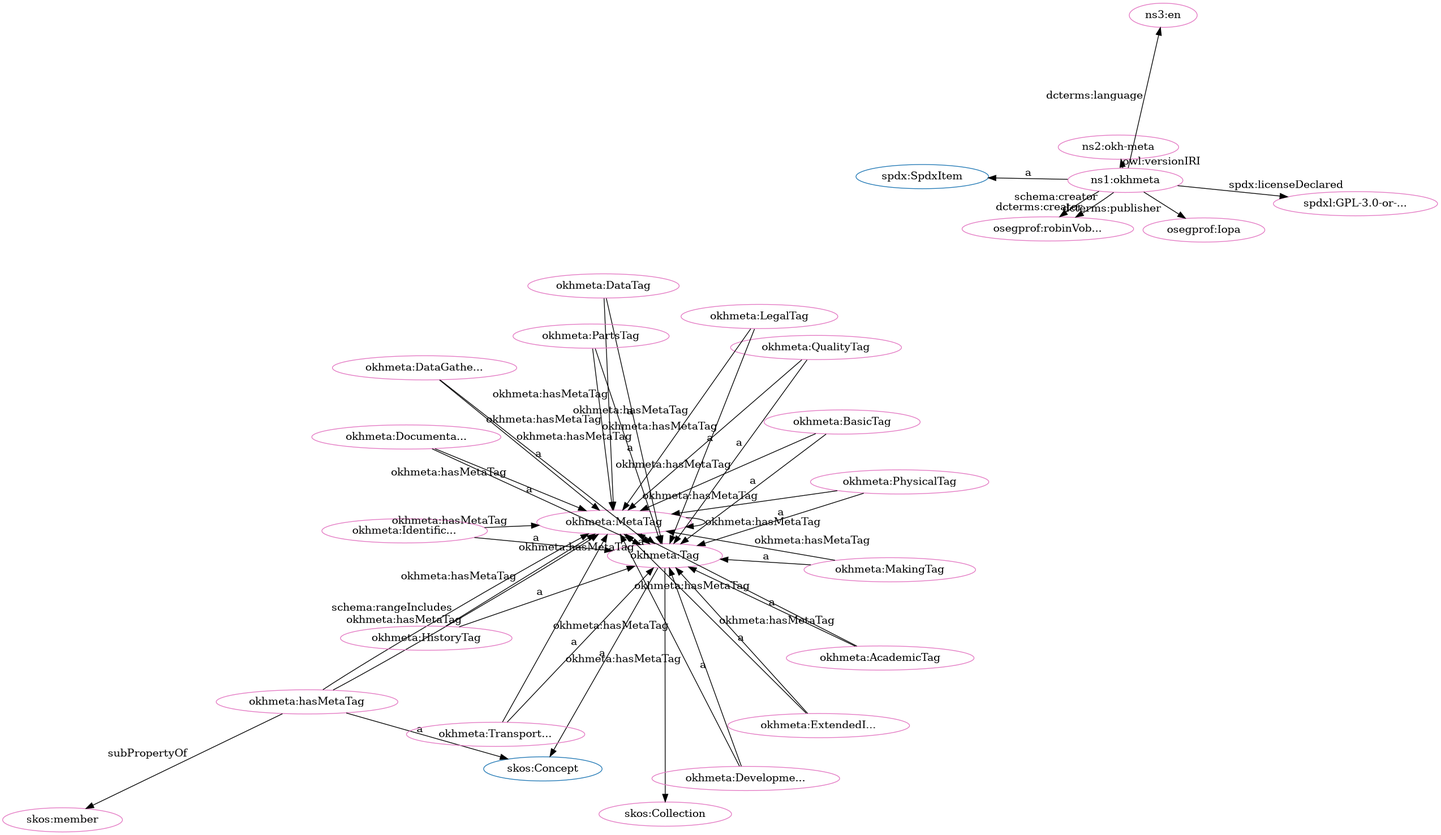
iop-alliance/OpenKnowHow keeps this Graphviz diagram as src/spec/dot_okh-meta-clean.png. Above is the earlier version. Its source is kept beside it as src/spec/dot_okh-meta-clean.dot.
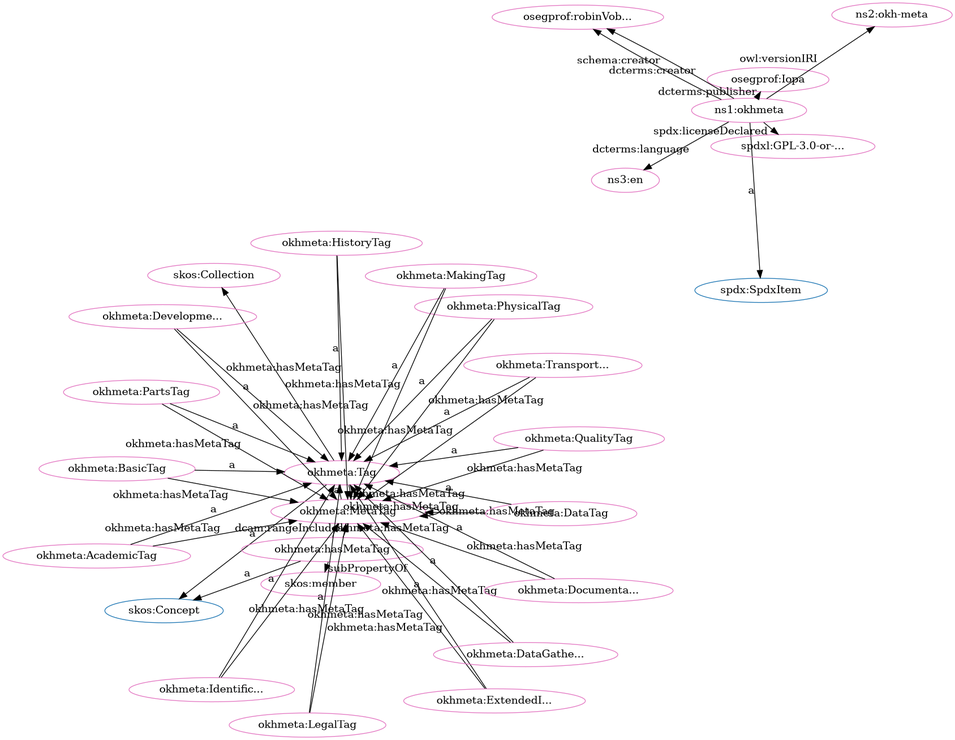
Later version of the same file.

Change to the diagram source:
```diff
@@ -1,81 +1,80 @@
 digraph G {
   rankdir=BT
   node[height=.3]
-"http://spdx.org/rdf/terms#SpdxItem" [fillcolor="#1f77b4" color="#1f77b4" label="spdx:SpdxItem"]
 "http://www.w3.org/2004/02/skos/core#Collection" [fillcolor="#1f77b4" color="#1f77b4" label="skos:Collection"]
 "http://w3id.org/oseg/ont/okhmeta#Tag" [fillcolor="#1f77b4" color="#1f77b4" label="okhmeta:Tag"]
 "http://www.w3.org/2004/02/skos/core#Concept" [fillcolor="#1f77b4" color="#1f77b4" label="skos:Concept"]
-"http://w3id.org/oseg/ont/okhmeta#MetaTag" [fillcolor="#1f77b4" color="#1f77b4" label="okhmeta:MetaTag"]
+"http://spdx.org/rdf/terms#SpdxItem" [fillcolor="#1f77b4" color="#1f77b4" label="spdx:SpdxItem"]
+"http://w3id.org/oseg/ont/okhmeta" [fillcolor="#e377c2" color="#e377c2" label="ns1:okhmeta"]
 "http://w3id.org/oseg/ont/okhmeta#MetaTag" [fillcolor="#e377c2" color="#e377c2" label="okhmeta:MetaTag"]
-"http://w3id.org/oseg/ont/oseg-profiles#Iopa" [fillcolor="#e377c2" color="#e377c2" label="osegprof:Iopa"]
-"http://w3id.org/oseg/ont/okhmeta" [fillcolor="#e377c2" color="#e377c2" label="ns1:okhmeta"]
-"http://w3id.org/oseg/ont/okhmeta#DataGatheringTag" [fillcolor="#e377c2" color="#e377c2" label="okhmeta:DataGathe..."]
-"http://w3id.org/oseg/ont/okhmeta#QualityTag" [fillcolor="#e377c2" color="#e377c2" label="okhmeta:QualityTag"]
-"http://w3id.org/oseg/ont/okhmeta#DevelopmentTag" [fillcolor="#e377c2" color="#e377c2" label="okhmeta:Developme..."]
+"http://w3id.org/oseg/ont/okhmeta#PartsTag" [fillcolor="#e377c2" color="#e377c2" label="okhmeta:PartsTag"]
+"http://www.w3.org/2004/02/skos/core#member" [fillcolor="#e377c2" color="#e377c2" label="skos:member"]
+"http://w3id.org/oseg/ont/okhmeta#AcademicTag" [fillcolor="#e377c2" color="#e377c2" label="okhmeta:AcademicTag"]
+"http://www.w3.org/2004/02/skos/core#Collection" [fillcolor="#e377c2" color="#e377c2" label="skos:Collection"]
 "http://w3id.org/oseg/ont/okhmeta#hasMetaTag" [fillcolor="#e377c2" color="#e377c2" label="okhmeta:hasMetaTag"]
-"http://w3id.org/oseg/ont/okhmeta#TransportationTag" [fillcolor="#e377c2" color="#e377c2" label="okhmeta:Transport..."]
-"http://w3id.org/oseg/ont/1.1.0/okh-meta" [fillcolor="#e377c2" color="#e377c2" label="ns2:okh-meta"]
 "http://spdx.org/licenses/GPL-3.0-or-later" [fillcolor="#e377c2" color="#e377c2" label="spdxl:GPL-3.0-or-..."]
 "http://w3id.org/oseg/ont/okhmeta#ExtendedInfoTag" [fillcolor="#e377c2" color="#e377c2" label="okhmeta:ExtendedI..."]
+"http://w3id.org/oseg/ont/okhmeta#DataGatheringTag" [fillcolor="#e377c2" color="#e377c2" label="okhmeta:DataGathe..."]
+"http://w3id.org/oseg/ont/okhmeta#IdentificationTag" [fillcolor="#e377c2" color="#e377c2" label="okhmeta:Identific..."]
+"http://w3id.org/oseg/ont/okhmeta#DevelopmentTag" [fillcolor="#e377c2" color="#e377c2" label="okhmeta:Developme..."]
+"http://w3id.org/oseg/ont/oseg-profiles#Iopa" [fillcolor="#e377c2" color="#e377c2" label="osegprof:Iopa"]
+"http://w3id.org/oseg/ont/okhmeta#DataTag" [fillcolor="#e377c2" color="#e377c2" label="okhmeta:DataTag"]
+"http://w3id.org/oseg/ont/okhmeta#QualityTag" [fillcolor="#e377c2" color="#e377c2" label="okhmeta:QualityTag"]
+"http://w3id.org/oseg/ont/1.1.0/okh-meta" [fillcolor="#e377c2" color="#e377c2" label="ns2:okh-meta"]
+"http://w3id.org/oseg/ont/oseg-profiles#robinVobruba" [fillcolor="#e377c2" color="#e377c2" label="osegprof:robinVob..."]
 "http://w3id.org/oseg/ont/okhmeta#Tag" [fillcolor="#e377c2" color="#e377c2" label="okhmeta:Tag"]
+"http://w3id.org/oseg/ont/okhmeta#PhysicalTag" [fillcolor="#e377c2" color="#e377c2" label="okhmeta:PhysicalTag"]
+"http://w3id.org/oseg/ont/okhmeta#MakingTag" [fillcolor="#e377c2" color="#e377c2" label="okhmeta:MakingTag"]
+"http://w3id.org/oseg/ont/okhmeta#DocumentationTag" [fillcolor="#e377c2" color="#e377c2" label="okhmeta:Documenta..."]
+"http://w3id.org/oseg/ont/okhmeta#HistoryTag" [fillcolor="#e377c2" color="#e377c2" label="okhmeta:HistoryTag"]
+"http://w3id.org/oseg/ont/okhmeta#LegalTag" [fillcolor="#e377c2" color="#e377c2" label="okhmeta:LegalTag"]
+"http://w3id.org/oseg/ont/okhmeta#TransportationTag" [fillcolor="#e377c2" color="#e377c2" label="okhmeta:Transport..."]
+"http://w3id.org/oseg/ont/okhmeta#BasicTag" [fillcolor="#e377c2" color="#e377c2" label="okhmeta:BasicTag"]
 "http://id.loc.gov/vocabulary/iso639-1/en" [fillcolor="#e377c2" color="#e377c2" label="ns3:en"]
-"http://w3id.org/oseg/ont/oseg-profiles#robinVobruba" [fillcolor="#e377c2" color="#e377c2" label="osegprof:robinVob..."]
-"http://w3id.org/oseg/ont/okhmeta#DocumentationTag" [fillcolor="#e377c2" color="#e377c2" label="okhmeta:Documenta..."]
-"http://www.w3.org/2004/02/skos/core#member" [fillcolor="#e377c2" color="#e377c2" label="skos:member"]
-"http://w3id.org/oseg/ont/okhmeta#DataTag" [fillcolor="#e377c2" color="#e377c2" label="okhmeta:DataTag"]
-"http://w3id.org/oseg/ont/okhmeta#PhysicalTag" [fillcolor="#e377c2" color="#e377c2" label="okhmeta:PhysicalTag"]
-"http://w3id.org/oseg/ont/okhmeta#BasicTag" [fillcolor="#e377c2" color="#e377c2" label="okhmeta:BasicTag"]
-"http://w3id.org/oseg/ont/okhmeta#AcademicTag" [fillcolor="#e377c2" color="#e377c2" label="okhmeta:AcademicTag"]
-"http://w3id.org/oseg/ont/okhmeta#IdentificationTag" [fillcolor="#e377c2" color="#e377c2" label="okhmeta:Identific..."]
-"http://w3id.org/oseg/ont/okhmeta#LegalTag" [fillcolor="#e377c2" color="#e377c2" label="okhmeta:LegalTag"]
-"http://w3id.org/oseg/ont/okhmeta#HistoryTag" [fillcolor="#e377c2" color="#e377c2" label="okhmeta:HistoryTag"]
-"http://w3id.org/oseg/ont/okhmeta#PartsTag" [fillcolor="#e377c2" color="#e377c2" label="okhmeta:PartsTag"]
-"http://w3id.org/oseg/ont/okhmeta#MakingTag" [fillcolor="#e377c2" color="#e377c2" label="okhmeta:MakingTag"]
-"http://www.w3.org/2004/02/skos/core#Collection" [fillcolor="#e377c2" color="#e377c2" label="skos:Collection"]
+  "http://w3id.org/oseg/ont/okhmeta#HistoryTag" -> "http://w3id.org/oseg/ont/okhmeta#MetaTag" [label="okhmeta:hasMetaTag"]
+  "http://w3id.org/oseg/ont/okhmeta#Tag" -> "http://www.w3.org/2004/02/skos/core#Collection" [label=""]
+  "http://w3id.org/oseg/ont/okhmeta" -> "http://spdx.org/licenses/GPL-3.0-or-later" [label="spdx:licenseDeclared"]
+  "http://w3id.org/oseg/ont/okhmeta#ExtendedInfoTag" -> "http://w3id.org/oseg/ont/okhmeta#Tag" [label="a"]
+  "http://w3id.org/oseg/ont/okhmeta#DevelopmentTag" -> "http://w3id.org/oseg/ont/okhmeta#Tag" [label="a"]
+  "http://w3id.org/oseg/ont/okhmeta#DataTag" -> "http://w3id.org/oseg/ont/okhmeta#Tag" [label="a"]
+  "http://w3id.org/oseg/ont/okhmeta#MetaTag" -> "http://w3id.org/oseg/ont/okhmeta#Tag" [label="a"]
+  "http://w3id.org/oseg/ont/okhmeta" -> "http://w3id.org/oseg/ont/oseg-profiles#robinVobruba" [label="schema:creator"]
+  "http://w3id.org/oseg/ont/okhmeta#hasMetaTag" -> "http://w3id.org/oseg/ont/okhmeta#MetaTag" [label="okhmeta:hasMetaTag"]
+  "http://w3id.org/oseg/ont/okhmeta" -> "http://spdx.org/rdf/terms#SpdxItem" [label="a"]
+  "http://w3id.org/oseg/ont/okhmeta" -> "http://w3id.org/oseg/ont/oseg-profiles#robinVobruba" [label="dcterms:creator"]
+  "http://w3id.org/oseg/ont/okhmeta#MetaTag" -> "http://w3id.org/oseg/ont/okhmeta#MetaTag" [label="okhmeta:hasMetaTag"]
+  "http://w3id.org/oseg/ont/okhmeta#TransportationTag" -> "http://w3id.org/oseg/ont/okhmeta#MetaTag" [label="okhmeta:hasMetaTag"]
+  "http://w3id.org/oseg/ont/okhmeta#BasicTag" -> "http://w3id.org/oseg/ont/okhmeta#MetaTag" [label="okhmeta:hasMetaTag"]
+  "http://w3id.org/oseg/ont/okhmeta#Tag" -> "http://w3id.org/oseg/ont/okhmeta#MetaTag" [label="okhmeta:hasMetaTag"]
+  "http://w3id.org/oseg/ont/okhmeta#IdentificationTag" -> "http://w3id.org/oseg/ont/okhmeta#MetaTag" [label="okhmeta:hasMetaTag"]
+  "http://w3id.org/oseg/ont/okhmeta#HistoryTag" -> "http://w3id.org/oseg/ont/okhmeta#Tag" [label="a"]
+  "http://w3id.org/oseg/ont/okhmeta#LegalTag" -> "http://w3id.org/oseg/ont/okhmeta#Tag" [label="a"]
+  "http://w3id.org/oseg/ont/okhmeta#TransportationTag" -> "http://w3id.org/oseg/ont/okhmeta#Tag" [label="a"]
+  "http://w3id.org/oseg/ont/okhmeta#BasicTag" -> "http://w3id.org/oseg/ont/okhmeta#Tag" [label="a"]
+  "http://w3id.org/oseg/ont/okhmeta" -> "http://id.loc.gov/vocabulary/iso639-1/en" [label="dcterms:language"]
+  "http://w3id.org/oseg/ont/okhmeta#QualityTag" -> "http://w3id.org/oseg/ont/okhmeta#MetaTag" [label="okhmeta:hasMetaTag"]
+  "http://w3id.org/oseg/ont/okhmeta#hasMetaTag" -> "http://w3id.org/oseg/ont/okhmeta#MetaTag" [label="dcam:rangeIncludes"]
+  "http://w3id.org/oseg/ont/okhmeta#PartsTag" -> "http://w3id.org/oseg/ont/okhmeta#Tag" [label="a"]
+  "http://w3id.org/oseg/ont/okhmeta#hasMetaTag" -> "http://www.w3.org/2004/02/skos/core#member" [label="subPropertyOf"]
+  "http://w3id.org/oseg/ont/okhmeta#AcademicTag" -> "http://w3id.org/oseg/ont/okhmeta#Tag" [label="a"]
+  "http://w3id.org/oseg/ont/okhmeta#hasMetaTag" -> "http://www.w3.org/2004/02/skos/core#Concept" [label="a"]
+  "http://w3id.org/oseg/ont/okhmeta#PartsTag" -> "http://w3id.org/oseg/ont/okhmeta#MetaTag" [label="okhmeta:hasMetaTag"]
+  "http://w3id.org/oseg/ont/okhmeta#AcademicTag" -> "http://w3id.org/oseg/ont/okhmeta#MetaTag" [label="okhmeta:hasMetaTag"]
+  "http://w3id.org/oseg/ont/okhmeta#DataGatheringTag" -> "http://w3id.org/oseg/ont/okhmeta#Tag" [label="a"]
+  "http://w3id.org/oseg/ont/okhmeta#IdentificationTag" -> "http://w3id.org/oseg/ont/okhmeta#Tag" [label="a"]
   "http://w3id.org/oseg/ont/okhmeta#PhysicalTag" -> "http://w3id.org/oseg/ont/okhmeta#MetaTag" [label="okhmeta:hasMetaTag"]
   "http://w3id.org/oseg/ont/okhmeta" -> "http://w3id.org/oseg/ont/oseg-profiles#Iopa" [label="dcterms:publisher"]
-  "http://w3id.org/oseg/ont/okhmeta#QualityTag" -> "http://w3id.org/oseg/ont/okhmeta#MetaTag" [label="okhmeta:hasMetaTag"]
+  "http://w3id.org/oseg/ont/okhmeta#MakingTag" -> "http://w3id.org/oseg/ont/okhmeta#MetaTag" [label="okhmeta:hasMetaTag"]
+  "http://w3id.org/oseg/ont/okhmeta#DataGatheringTag" -> "http://w3id.org/oseg/ont/okhmeta#MetaTag" [label="okhmeta:hasMetaTag"]
   "http://w3id.org/oseg/ont/okhmeta#QualityTag" -> "http://w3id.org/oseg/ont/okhmeta#Tag" [label="a"]
-  "http://w3id.org/oseg/ont/okhmeta#BasicTag" -> "http://w3id.org/oseg/ont/okhmeta#MetaTag" [label="okhmeta:hasMetaTag"]
-  "http://w3id.org/oseg/ont/okhmeta#DataGatheringTag" -> "http://w3id.org/oseg/ont/okhmeta#MetaTag" [label="okhmeta:hasMetaTag"]
-  "http://w3id.org/oseg/ont/okhmeta#DataGatheringTag" -> "http://w3id.org/oseg/ont/okhmeta#Tag" [label="a"]
-  "http://w3id.org/oseg/ont/okhmeta#DevelopmentTag" -> "http://w3id.org/oseg/ont/okhmeta#Tag" [label="a"]
   "http://w3id.org/oseg/ont/okhmeta" -> "http://w3id.org/oseg/ont/1.1.0/okh-meta" [label="owl:versionIRI"]
-  "http://w3id.org/oseg/ont/okhmeta" -> "http://spdx.org/licenses/GPL-3.0-or-later" [label="spdx:licenseDeclared"]
-  "http://w3id.org/oseg/ont/okhmeta#hasMetaTag" -> "http://www.w3.org/2004/02/skos/core#Concept" [label="a"]
   "http://w3id.org/oseg/ont/okhmeta#Tag" -> "http://www.w3.org/2004/02/skos/core#Concept" [label="a"]
+  "http://w3id.org/oseg/ont/okhmeta#PhysicalTag" -> "http://w3id.org/oseg/ont/okhmeta#Tag" [label="a"]
+  "http://w3id.org/oseg/ont/okhmeta#MakingTag" -> "http://w3id.org/oseg/ont/okhmeta#Tag" [label="a"]
+  "http://w3id.org/oseg/ont/okhmeta#DocumentationTag" -> "http://w3id.org/oseg/ont/okhmeta#Tag" [label="a"]
+  "http://w3id.org/oseg/ont/okhmeta#ExtendedInfoTag" -> "http://w3id.org/oseg/ont/okhmeta#MetaTag" [label="okhmeta:hasMetaTag"]
+  "http://w3id.org/oseg/ont/okhmeta#DevelopmentTag" -> "http://w3id.org/oseg/ont/okhmeta#MetaTag" [label="okhmeta:hasMetaTag"]
   "http://w3id.org/oseg/ont/okhmeta#DocumentationTag" -> "http://w3id.org/oseg/ont/okhmeta#MetaTag" [label="okhmeta:hasMetaTag"]
-  "http://w3id.org/oseg/ont/okhmeta#DocumentationTag" -> "http://w3id.org/oseg/ont/okhmeta#Tag" [label="a"]
+  "http://w3id.org/oseg/ont/okhmeta#LegalTag" -> "http://w3id.org/oseg/ont/okhmeta#MetaTag" [label="okhmeta:hasMetaTag"]
   "http://w3id.org/oseg/ont/okhmeta#DataTag" -> "http://w3id.org/oseg/ont/okhmeta#MetaTag" [label="okhmeta:hasMetaTag"]
-  "http://w3id.org/oseg/ont/okhmeta#MakingTag" -> "http://w3id.org/oseg/ont/okhmeta#MetaTag" [label="okhmeta:hasMetaTag"]
-  "http://w3id.org/oseg/ont/okhmeta#AcademicTag" -> "http://w3id.org/oseg/ont/okhmeta#MetaTag" [label="okhmeta:hasMetaTag"]
-  "http://w3id.org/oseg/ont/okhmeta#AcademicTag" -> "http://w3id.org/oseg/ont/okhmeta#Tag" [label="a"]
-  "http://w3id.org/oseg/ont/okhmeta#IdentificationTag" -> "http://w3id.org/oseg/ont/okhmeta#MetaTag" [label="okhmeta:hasMetaTag"]
-  "http://w3id.org/oseg/ont/okhmeta#IdentificationTag" -> "http://w3id.org/oseg/ont/okhmeta#Tag" [label="a"]
-  "http://w3id.org/oseg/ont/okhmeta#DevelopmentTag" -> "http://w3id.org/oseg/ont/okhmeta#MetaTag" [label="okhmeta:hasMetaTag"]
-  "http://w3id.org/oseg/ont/okhmeta#Tag" -> "http://w3id.org/oseg/ont/okhmeta#MetaTag" [label="okhmeta:hasMetaTag"]
-  "http://w3id.org/oseg/ont/okhmeta#PartsTag" -> "http://w3id.org/oseg/ont/okhmeta#MetaTag" [label="okhmeta:hasMetaTag"]
-  "http://w3id.org/oseg/ont/okhmeta#PartsTag" -> "http://w3id.org/oseg/ont/okhmeta#Tag" [label="a"]
-  "http://w3id.org/oseg/ont/okhmeta#MakingTag" -> "http://w3id.org/oseg/ont/okhmeta#Tag" [label="a"]
-  "http://w3id.org/oseg/ont/okhmeta#MetaTag" -> "http://w3id.org/oseg/ont/okhmeta#MetaTag" [label="okhmeta:hasMetaTag"]
-  "http://w3id.org/oseg/ont/okhmeta#TransportationTag" -> "http://w3id.org/oseg/ont/okhmeta#MetaTag" [label="okhmeta:hasMetaTag"]
-  "http://w3id.org/oseg/ont/okhmeta#TransportationTag" -> "http://w3id.org/oseg/ont/okhmeta#Tag" [label="a"]
-  "http://w3id.org/oseg/ont/okhmeta#ExtendedInfoTag" -> "http://w3id.org/oseg/ont/okhmeta#Tag" [label="a"]
-  "http://w3id.org/oseg/ont/okhmeta" -> "http://id.loc.gov/vocabulary/iso639-1/en" [label="dcterms:language"]
-  "http://w3id.org/oseg/ont/okhmeta" -> "http://w3id.org/oseg/ont/oseg-profiles#robinVobruba" [label="schema:creator"]
-  "http://w3id.org/oseg/ont/okhmeta#ExtendedInfoTag" -> "http://w3id.org/oseg/ont/okhmeta#MetaTag" [label="okhmeta:hasMetaTag"]
-  "http://w3id.org/oseg/ont/okhmeta#hasMetaTag" -> "http://www.w3.org/2004/02/skos/core#member" [label="subPropertyOf"]
-  "http://w3id.org/oseg/ont/okhmeta#DataTag" -> "http://w3id.org/oseg/ont/okhmeta#Tag" [label="a"]
-  "http://w3id.org/oseg/ont/okhmeta#PhysicalTag" -> "http://w3id.org/oseg/ont/okhmeta#Tag" [label="a"]
-  "http://w3id.org/oseg/ont/okhmeta#BasicTag" -> "http://w3id.org/oseg/ont/okhmeta#Tag" [label="a"]
-  "http://w3id.org/oseg/ont/okhmeta#hasMetaTag" -> "http://w3id.org/oseg/ont/okhmeta#MetaTag" [label="schema:rangeIncludes"]
-  "http://w3id.org/oseg/ont/okhmeta" -> "http://w3id.org/oseg/ont/oseg-profiles#robinVobruba" [label="dcterms:creator"]
-  "http://w3id.org/oseg/ont/okhmeta#LegalTag" -> "http://w3id.org/oseg/ont/okhmeta#Tag" [label="a"]
-  "http://w3id.org/oseg/ont/okhmeta#MetaTag" -> "http://w3id.org/oseg/ont/okhmeta#Tag" [label="a"]
-  "http://w3id.org/oseg/ont/okhmeta#hasMetaTag" -> "http://w3id.org/oseg/ont/okhmeta#MetaTag" [label="okhmeta:hasMetaTag"]
-  "http://w3id.org/oseg/ont/okhmeta#HistoryTag" -> "http://w3id.org/oseg/ont/okhmeta#MetaTag" [label="okhmeta:hasMetaTag"]
-  "http://w3id.org/oseg/ont/okhmeta#HistoryTag" -> "http://w3id.org/oseg/ont/okhmeta#Tag" [label="a"]
-  "http://w3id.org/oseg/ont/okhmeta" -> "http://spdx.org/rdf/terms#SpdxItem" [label="a"]
-  "http://w3id.org/oseg/ont/okhmeta#LegalTag" -> "http://w3id.org/oseg/ont/okhmeta#MetaTag" [label="okhmeta:hasMetaTag"]
-  "http://w3id.org/oseg/ont/okhmeta#Tag" -> "http://www.w3.org/2004/02/skos/core#Collection" [label=""]
 }
```
